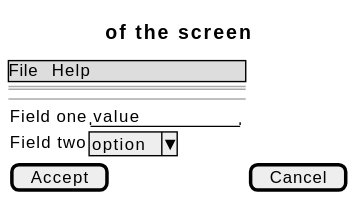
Above: docs/01-requirements/use-cases/enrolPeople/wireframes.svg in didactika/kampus (PlantUML), before the change. The source it was exported from:
```plantuml
@startsalt
{
  {* File | Help }
  ==
  Title of the screen
  --
  {
    Field one | "value        "
    Field two | ^option^
  }
  [ Accept ] | [ Cancel ]
}
@endsalt
```
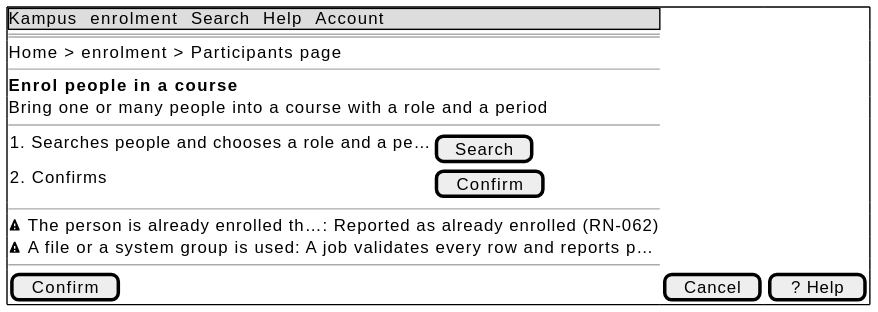
The same file after the commit.

Diff of the diagram source:
```diff
@@ -1,13 +1,20 @@
 @startsalt
-{
-  {* File | Help }
+{+
+  {* Kampus | enrolment | Search | Help | Account }
   ==
-  Title of the screen
+  Home > enrolment > Participants page
+  --
+  <b>Enrol people in a course
+  Bring one or many people into a course with a role and a period
   --
   {
-    Field one | "value        "
-    Field two | ^option^
+    1. Searches people and chooses a role and a pe… | [ Search ]
+    2. Confirms | [ Confirm ]
   }
-  [ Accept ] | [ Cancel ]
+  --
+  <&warning> The person is already enrolled th…: Reported as already enrolled (RN-062)
+  <&warning> A file or a system group is used: A job validates every row and reports p…
+  --
+  [ Confirm ] | [ Cancel ] | [ ? Help ]
 }
 @endsalt
```
